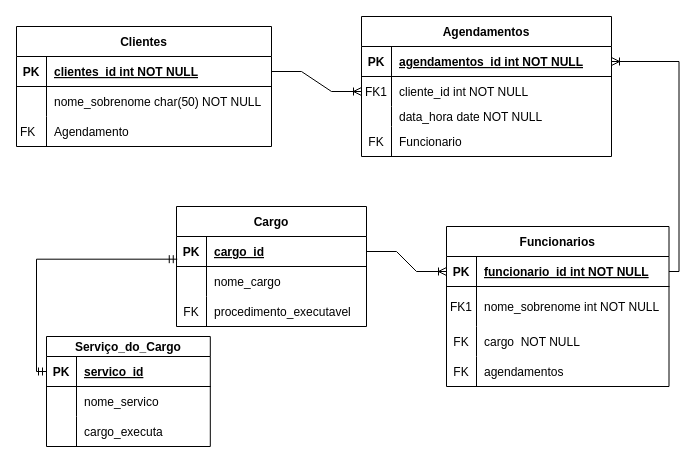
The draw.io diagram Untitled Diagram.drawio in ViniciusTaurisano/ctd-2bi-bancodedados-a9-checkpoint1, before the edit. Source tidied: cells renumbered, new cells numbered last; positions are measured from the earlier drawing's top-left corner, leaving out a move shared by most shapes. Both pictures are drawn from the tidied source at 100%, with x=0, y=0 at pixel (16, 16).
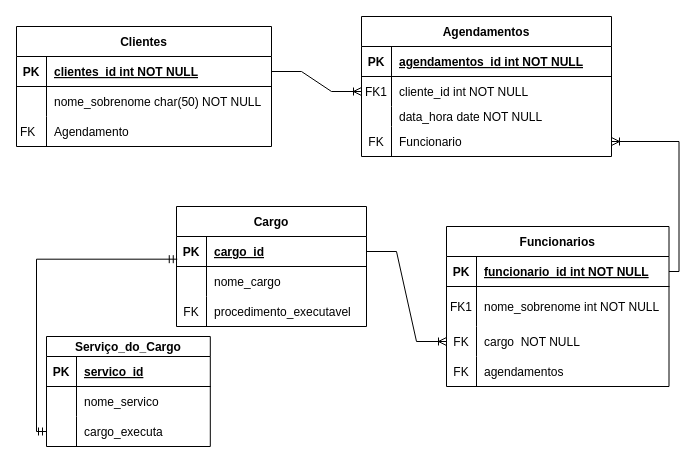
After the change.

Commit message:
pes de galinha

The change refers to these unchanged cells:
```xml
<mxCell id="3" style="shape=partialRectangle;fillColor=none;points=[[0,0.5],[1,0.5]];portConstraint=eastwest;top=0;left=0;right=0;bottom=1;" parent="2" vertex="1">
  <mxGeometry y="30" width="250" height="30" as="geometry" />
</mxCell>
<mxCell id="12" style="shape=tableRow;horizontal=0;startSize=0;swimlaneHead=0;swimlaneBody=0;fillColor=none;points=[[0,0.5],[1,0.5]];portConstraint=eastwest;top=0;left=0;right=0;bottom=0;" parent="2" vertex="1">
  <mxGeometry y="110" width="250" height="30" as="geometry" />
</mxCell>
<mxCell id="16" style="shape=partialRectangle;fillColor=none;points=[[0,0.5],[1,0.5]];portConstraint=eastwest;top=0;left=0;right=0;bottom=1;" parent="15" vertex="1">
  <mxGeometry y="30" width="222.5" height="30" as="geometry" />
</mxCell>
<mxCell id="22" style="shape=partialRectangle;fillColor=none;points=[[0,0.5],[1,0.5]];portConstraint=eastwest;top=0;left=0;right=0;bottom=0;" parent="15" vertex="1">
  <mxGeometry y="100" width="222.5" height="30" as="geometry" />
</mxCell>
<mxCell id="39" style="shape=tableRow;horizontal=0;startSize=0;swimlaneHead=0;swimlaneBody=0;fillColor=none;points=[[0,0.5],[1,0.5]];portConstraint=eastwest;top=0;left=0;right=0;bottom=1;" parent="38" vertex="1">
  <mxGeometry y="30" width="190" height="30" as="geometry" />
</mxCell>
<mxCell id="49" style="shape=partialRectangle;fillColor=none;points=[[0,0.5],[1,0.5]];portConstraint=eastwest;top=0;left=0;right=0;bottom=1;" parent="48" vertex="1">
  <mxGeometry y="20" width="163.8" height="30" as="geometry" />
</mxCell>
<mxCell id="55" style="shape=tableRow;horizontal=0;startSize=0;swimlaneHead=0;swimlaneBody=0;fillColor=none;points=[[0,0.5],[1,0.5]];portConstraint=eastwest;top=0;left=0;right=0;bottom=0;" parent="48" vertex="1">
  <mxGeometry y="80" width="163.8" height="30" as="geometry" />
</mxCell>
```

Change to the diagram source:
```diff
@@
-    <mxCell id="59" style="edgeStyle=orthogonalEdgeStyle;fontSize=12;html=1;endArrow=ERoneToMany;rounded=0;entryX=1;entryY=0.5;entryDx=0;entryDy=0;exitX=1;exitY=0.5;exitDx=0;exitDy=0;" parent="1" edge="1" source="16" target="3">
+    <mxCell id="59" style="edgeStyle=orthogonalEdgeStyle;fontSize=12;html=1;endArrow=ERoneToMany;rounded=0;entryX=1;entryY=0.5;entryDx=0;entryDy=0;exitX=1;exitY=0.5;exitDx=0;exitDy=0;" parent="1" edge="1" source="16" target="12">
       <mxGeometry relative="1" as="geometry" />
     </mxCell>
-    <mxCell id="60" style="edgeStyle=entityRelationEdgeStyle;fontSize=12;html=1;endArrow=ERoneToMany;rounded=0;exitX=1;exitY=0.5;exitDx=0;exitDy=0;entryX=0;entryY=0.5;entryDx=0;entryDy=0;" parent="1" edge="1" source="39" target="16">
+    <mxCell id="60" style="edgeStyle=entityRelationEdgeStyle;fontSize=12;html=1;endArrow=ERoneToMany;rounded=0;exitX=1;exitY=0.5;exitDx=0;exitDy=0;" parent="1" edge="1" source="39" target="22">
       <mxGeometry relative="1" as="geometry" />
     </mxCell>
-    <mxCell id="61" style="edgeStyle=orthogonalEdgeStyle;fontSize=12;html=1;endArrow=ERmandOne;startArrow=ERmandOne;rounded=0;entryX=0.004;entryY=0.756;entryDx=0;entryDy=0;entryPerimeter=0;exitX=0;exitY=0.5;exitDx=0;exitDy=0;" parent="1" edge="1" source="49" target="39">
+    <mxCell id="61" style="edgeStyle=orthogonalEdgeStyle;fontSize=12;html=1;endArrow=ERmandOne;startArrow=ERmandOne;rounded=0;entryX=0.004;entryY=0.756;entryDx=0;entryDy=0;entryPerimeter=0;exitX=0;exitY=0.5;exitDx=0;exitDy=0;" parent="1" edge="1" source="55" target="39">
       <mxGeometry relative="1" as="geometry" />
     </mxCell>
```
